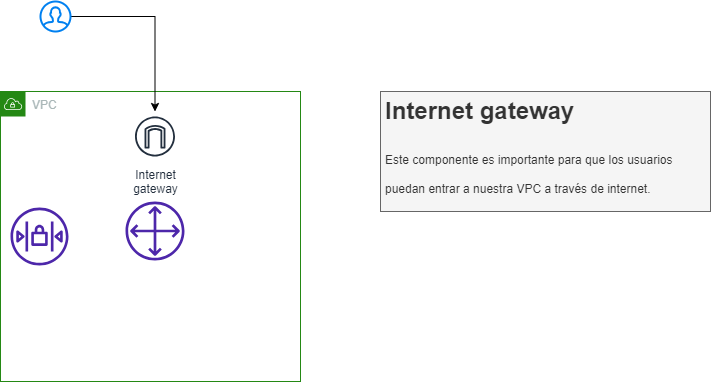
This is diagrama_VPC.png from karenbuenoh18/diagramas, a draw.io export, as it was before one commit. Source tidied: cells renumbered, new cells last; positions are measured from the earlier drawing's top-left corner, leaving out a move shared by most shapes.
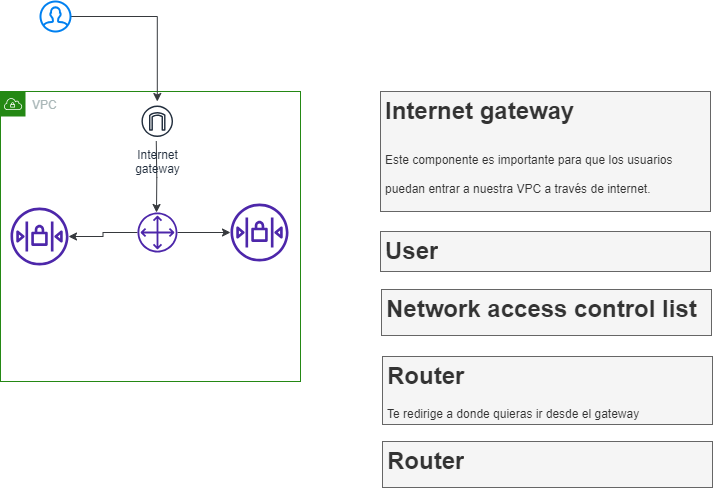
The same diagram one commit later.

What changed in the source:
```diff
@@ -1,20 +1,35 @@
-<mxGraphModel>
+<mxGraphModel background="#ffffff">
   <root>
     <mxCell id="0" />
     <mxCell id="1" parent="0" />
     <mxCell id="2" value="VPC" style="gradientColor=none;html=1;whiteSpace=wrap;fontSize=12;fontStyle=0;shape=mxgraph.aws4.group;grIcon=mxgraph.aws4.group_vpc;strokeColor=#248814;fillColor=none;verticalAlign=top;align=left;spacingLeft=30;fontColor=#AAB7B8;dashed=0;" parent="1" vertex="1">
       <mxGeometry y="90" width="300" height="290" as="geometry" />
     </mxCell>
+    <mxCell id="9" style="edgeStyle=orthogonalEdgeStyle;rounded=0;orthogonalLoop=1;jettySize=auto;html=1;fillColor=#eeeeee;strokeColor=#36393d;" parent="2" edge="1">
+      <mxGeometry relative="1" as="geometry">
+        <mxPoint x="155.8" y="49.5" as="sourcePoint" />
+        <mxPoint x="156" y="121" as="targetPoint" />
+      </mxGeometry>
+    </mxCell>
     <mxCell id="3" value="Internet&#10;gateway" style="sketch=0;outlineConnect=0;fontColor=#232F3E;gradientColor=none;strokeColor=#232F3E;fillColor=#ffffff;dashed=0;verticalLabelPosition=bottom;verticalAlign=top;align=center;html=1;fontSize=12;fontStyle=0;shape=mxgraph.aws4.resourceIcon;resIcon=mxgraph.aws4.internet_gateway;" parent="2" vertex="1">
-      <mxGeometry x="129.5" y="20" width="50" height="50" as="geometry" />
+      <mxGeometry x="137" y="10" width="39.5" height="39.5" as="geometry" />
     </mxCell>
     <mxCell id="4" style="sketch=0;outlineConnect=0;fontColor=#232F3E;gradientColor=none;fillColor=#4D27AA;strokeColor=none;dashed=0;verticalLabelPosition=bottom;verticalAlign=top;align=center;html=1;fontSize=12;fontStyle=0;shape=mxgraph.aws4.network_access_control_list;" parent="2" vertex="1">
       <mxGeometry x="10" y="116" width="58" height="58" as="geometry" />
     </mxCell>
+    <mxCell id="10" style="edgeStyle=orthogonalEdgeStyle;rounded=0;jettySize=auto;html=1;fillColor=#eeeeee;strokeColor=#36393d;" parent="2" edge="1" source="5" target="4">
+      <mxGeometry relative="1" as="geometry" />
+    </mxCell>
+    <mxCell id="11" style="edgeStyle=orthogonalEdgeStyle;rounded=0;jettySize=auto;html=1;fillColor=#eeeeee;strokeColor=#36393d;" parent="2" edge="1" source="5" target="12">
+      <mxGeometry relative="1" as="geometry" />
+    </mxCell>
     <mxCell id="5" style="sketch=0;outlineConnect=0;fontColor=#232F3E;gradientColor=none;fillColor=#4D27AA;strokeColor=none;dashed=0;verticalLabelPosition=bottom;verticalAlign=top;align=center;html=1;fontSize=12;fontStyle=0;shape=mxgraph.aws4.customer_gateway;" parent="2" vertex="1">
-      <mxGeometry x="125" y="110" width="59" height="59" as="geometry" />
+      <mxGeometry x="137" y="121" width="40" height="40" as="geometry" />
     </mxCell>
+    <mxCell id="12" style="sketch=0;outlineConnect=0;fontColor=#232F3E;gradientColor=none;fillColor=#4D27AA;strokeColor=none;dashed=0;verticalLabelPosition=bottom;verticalAlign=top;align=center;html=1;fontSize=12;fontStyle=0;shape=mxgraph.aws4.network_access_control_list;" parent="2" vertex="1">
+      <mxGeometry x="230" y="112" width="58" height="58" as="geometry" />
+    </mxCell>
-    <mxCell id="6" style="edgeStyle=orthogonalEdgeStyle;rounded=0;jettySize=auto;html=1;" parent="1" edge="1" source="7" target="3">
+    <mxCell id="6" style="edgeStyle=orthogonalEdgeStyle;rounded=0;jettySize=auto;html=1;fillColor=#eeeeee;strokeColor=#36393d;" parent="1" edge="1" source="7" target="3">
       <mxGeometry relative="1" as="geometry" />
     </mxCell>
     <mxCell id="7" style="html=1;verticalLabelPosition=bottom;align=center;labelBackgroundColor=#ffffff;verticalAlign=top;strokeWidth=2;strokeColor=#0080F0;shadow=0;dashed=0;shape=mxgraph.ios7.icons.user;" parent="1" vertex="1">
@@ -23,5 +38,17 @@
     <mxCell id="8" value="&lt;h1&gt;&lt;span style=&quot;background-color: initial;&quot;&gt;Internet gateway&lt;/span&gt;&lt;/h1&gt;&lt;h1&gt;&lt;span style=&quot;font-size: 12px; font-weight: 400;&quot;&gt;Este componente es importante para que los usuarios puedan entrar a nuestra VPC a través de internet.&lt;/span&gt;&lt;/h1&gt;" style="text;html=1;strokeColor=#666666;fillColor=#f5f5f5;spacing=5;spacingTop=-20;whiteSpace=wrap;overflow=hidden;rounded=0;fontColor=#333333;" parent="1" vertex="1">
       <mxGeometry x="380" y="90" width="330" height="120" as="geometry" />
     </mxCell>
+    <mxCell id="13" value="&lt;h1&gt;&lt;span style=&quot;background-color: initial;&quot;&gt;User&lt;/span&gt;&lt;/h1&gt;" style="text;html=1;strokeColor=#666666;fillColor=#f5f5f5;spacing=5;spacingTop=-20;whiteSpace=wrap;overflow=hidden;rounded=0;fontColor=#333333;" parent="1" vertex="1">
+      <mxGeometry x="380" y="230" width="330" height="40" as="geometry" />
+    </mxCell>
+    <mxCell id="14" value="&lt;h1&gt;Network access control list&lt;/h1&gt;" style="text;html=1;strokeColor=#666666;fillColor=#f5f5f5;spacing=5;spacingTop=-20;whiteSpace=wrap;overflow=hidden;rounded=0;fontColor=#333333;" parent="1" vertex="1">
+      <mxGeometry x="381" y="288" width="330" height="46" as="geometry" />
+    </mxCell>
+    <mxCell id="15" value="&lt;h1&gt;Router&lt;/h1&gt;&lt;div&gt;Te redirige a donde quieras ir desde el gateway&amp;nbsp;&lt;/div&gt;" style="text;html=1;strokeColor=#666666;fillColor=#f5f5f5;spacing=5;spacingTop=-20;whiteSpace=wrap;overflow=hidden;rounded=0;fontColor=#333333;" parent="1" vertex="1">
+      <mxGeometry x="382" y="355" width="330" height="68" as="geometry" />
+    </mxCell>
+    <mxCell id="16" value="&lt;h1&gt;Router&lt;/h1&gt;" style="text;html=1;strokeColor=#666666;fillColor=#f5f5f5;spacing=5;spacingTop=-20;whiteSpace=wrap;overflow=hidden;rounded=0;fontColor=#333333;" parent="1" vertex="1">
+      <mxGeometry x="382" y="440" width="330" height="46" as="geometry" />
+    </mxCell>
   </root>
 </mxGraphModel>
```
